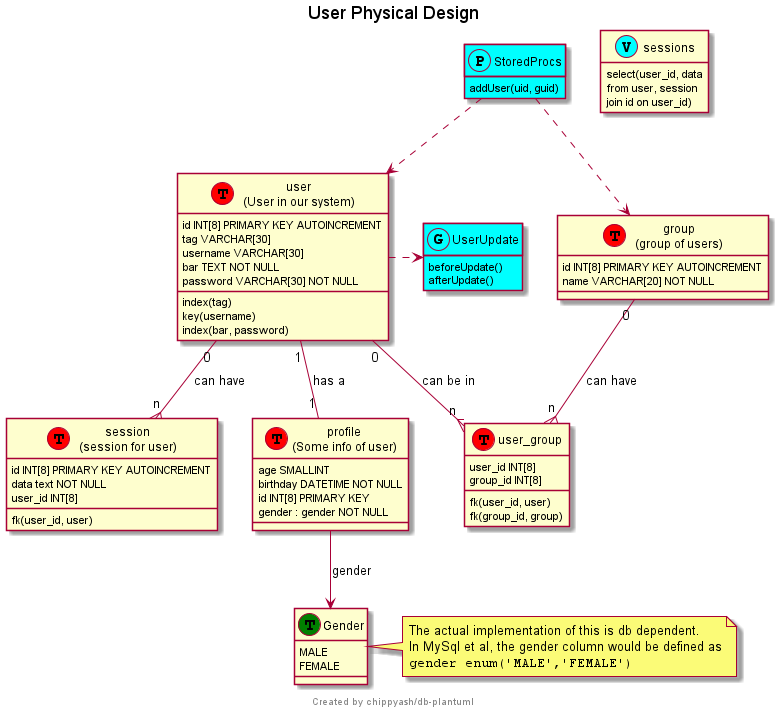
The PlantUML diagram examples/User_Physical.png in chippyash/db-plantuml, before a commit.
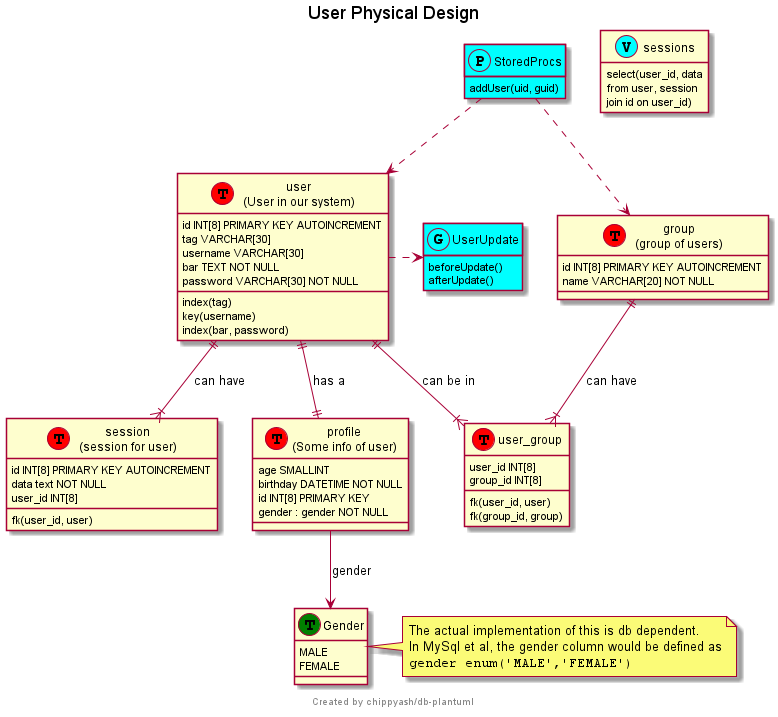
The same diagram one commit later.

Commit message:
adopt IE notation for physical diagrams

What changed in the source:
```diff
@@ -1,5 +1,6 @@
 @startuml
 title User Physical Design
+
 
 
 
@@ -36,7 +37,7 @@
 		id INT[8] PRIMARY KEY AUTOINCREMENT
 	data text NOT NULL
 }
-	user "0" --{ "n" session : can have
+				user ||--|{ session: can have
 	session : 	user_id INT[8]
 	session : fk(user_id, user)
 
@@ -44,7 +45,7 @@
 age SMALLINT
 birthday DATETIME NOT NULL
 }
-	user "1" -- "1" profile : has a
+				user ||--|| profile: has a
 	profile : 	id INT[8] PRIMARY KEY
 
 		class group as "group\n(group of users)" << (T,red)Table >> {
@@ -53,10 +54,10 @@
 }
 	    	class "user_group" as usergroup << (T,red)Table >> {
 	}
-		user "0" --{ "n" usergroup : can be in
+				user ||--|{ usergroup: can be in
 	usergroup : 	user_id INT[8]
 	usergroup : fk(user_id, user)
-		group "0" --{ "n" usergroup : can have
+				group ||--|{ usergroup: can have
 	usergroup : 	group_id INT[8]
 	usergroup : fk(group_id, group)
 
```
